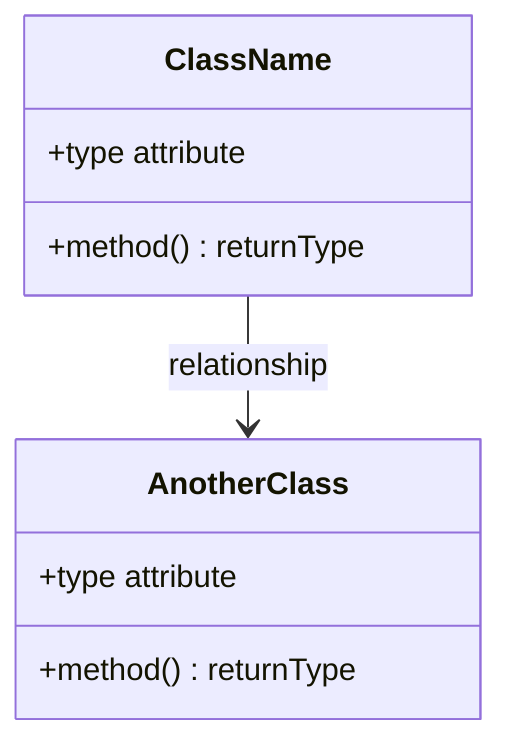
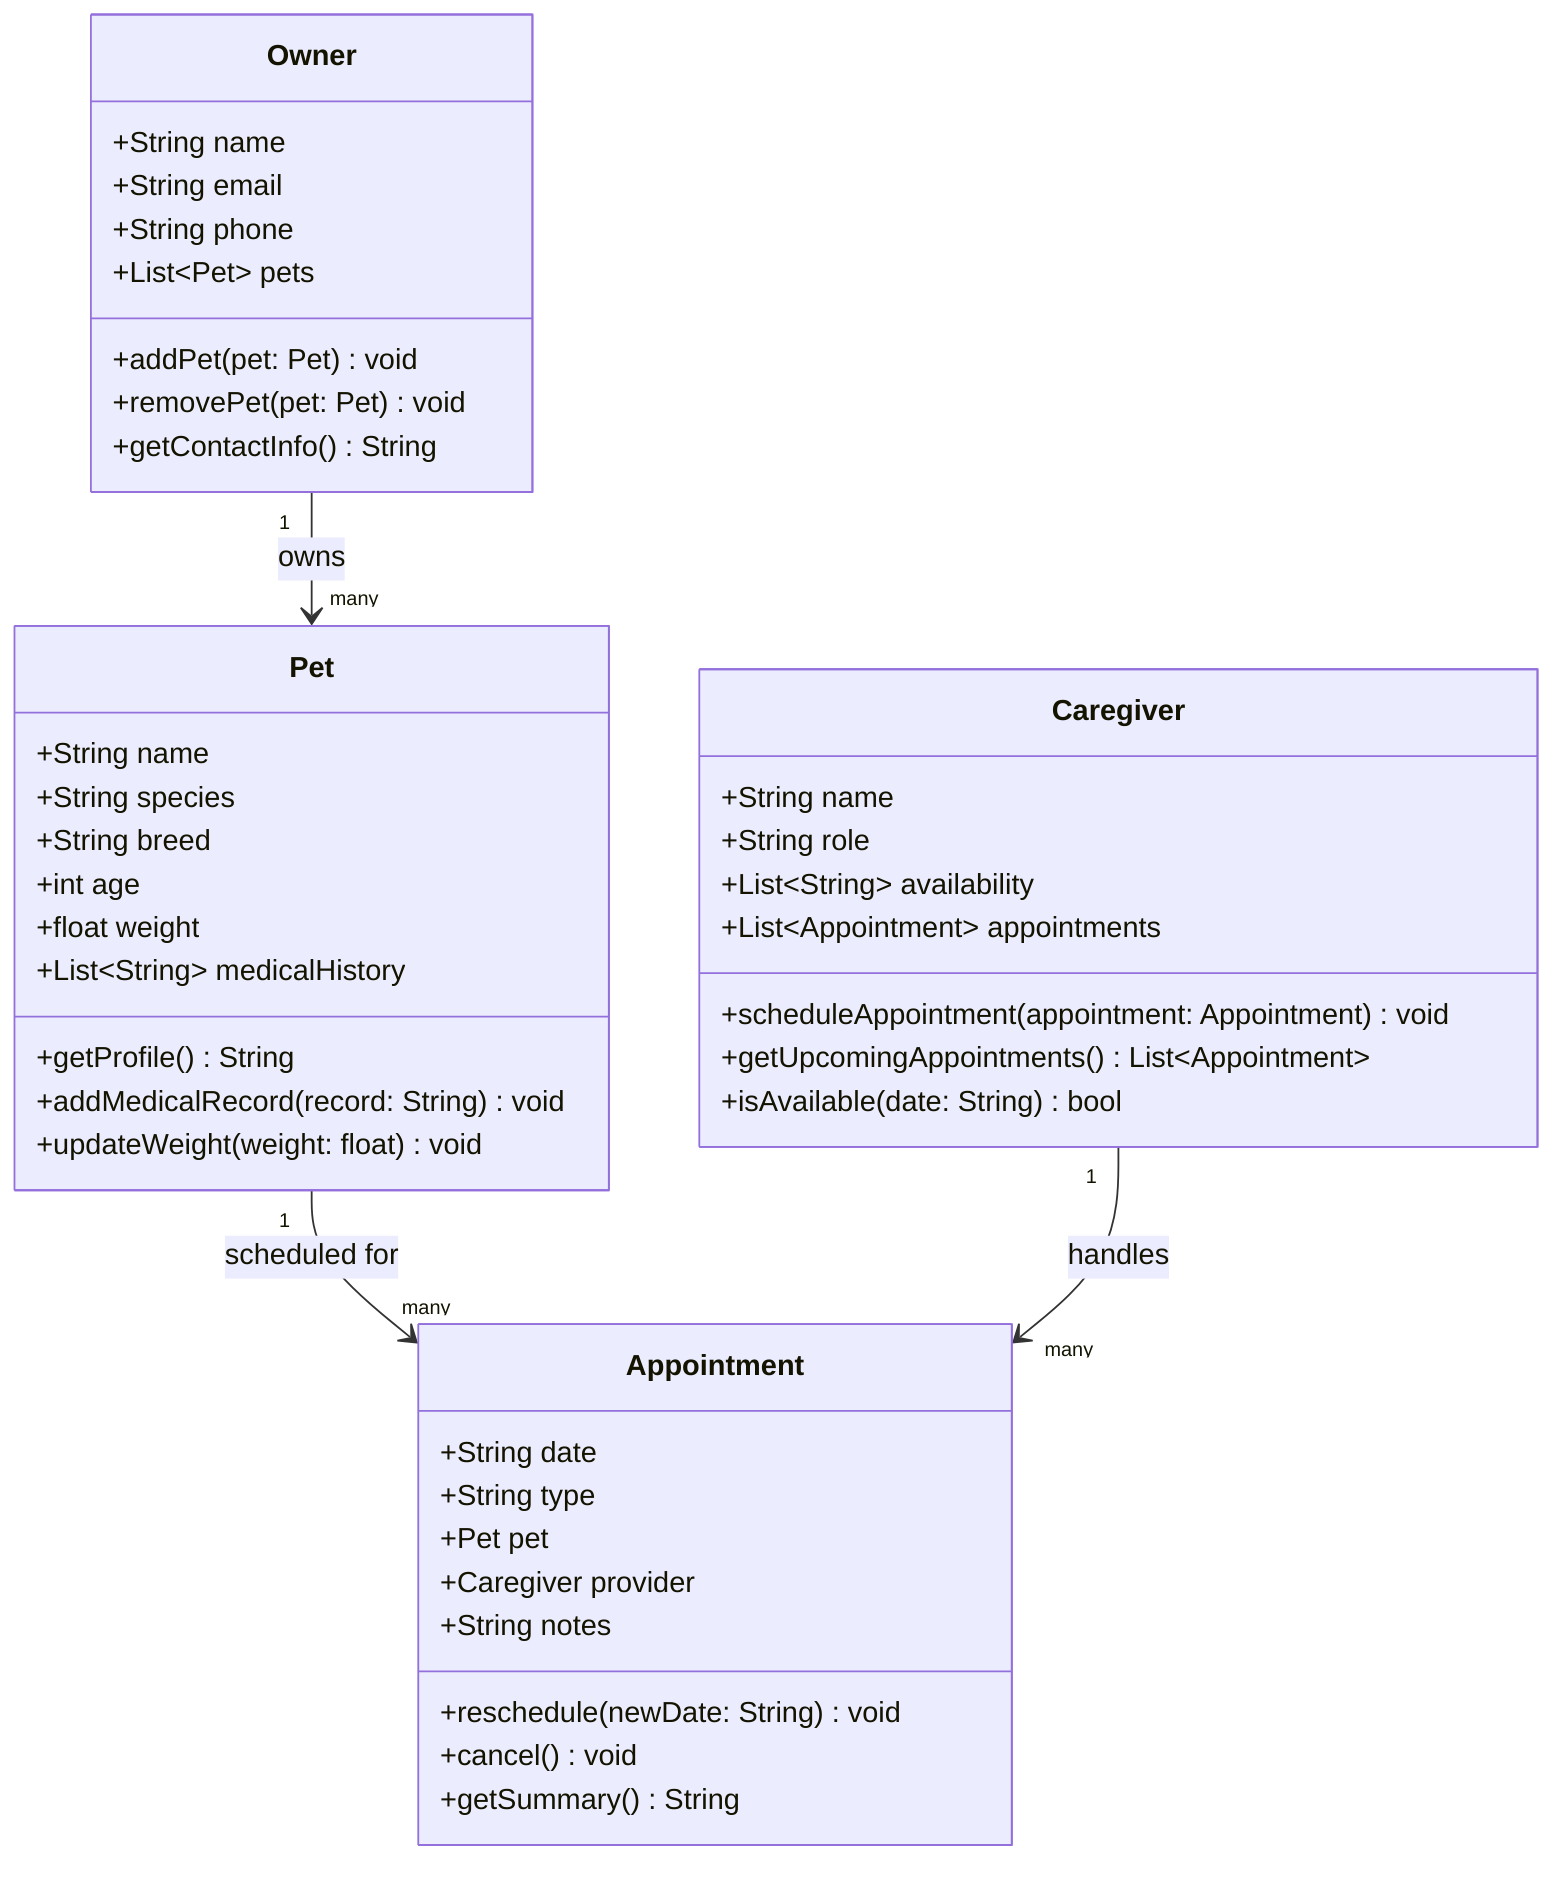
classDiagram
-     %% Replace the placeholders below with your actual classes, attributes, methods, and relationships.
-     %% Keep this file updated so it matches your final implementation.
+     %% PawPal Pet Care App — Class Diagram

-     class ClassName {
-         +type attribute
-         +method() returnType
+     class Owner {
+         +String name
+         +String email
+         +String phone
+         +List~Pet~ pets
+         +addPet(pet: Pet) void
+         +removePet(pet: Pet) void
+         +getContactInfo() String
    }

-     class AnotherClass {
-         +type attribute
-         +method() returnType
+     class Pet {
+         +String name
+         +String species
+         +String breed
+         +int age
+         +float weight
+         +List~String~ medicalHistory
+         +getProfile() String
+         +addMedicalRecord(record: String) void
+         +updateWeight(weight: float) void
    }

-     ClassName --> AnotherClass : relationship
+     class Appointment {
+         +String date
+         +String type
+         +Pet pet
+         +Caregiver provider
+         +String notes
+         +reschedule(newDate: String) void
+         +cancel() void
+         +getSummary() String
+     }
+ 
+     class Caregiver {
+         +String name
+         +String role
+         +List~String~ availability
+         +List~Appointment~ appointments
+         +scheduleAppointment(appointment: Appointment) void
+         +getUpcomingAppointments() List~Appointment~
+         +isAvailable(date: String) bool
+     }
+ 
+     Owner "1" --> "many" Pet : owns
+     Pet "1" --> "many" Appointment : scheduled for
+     Caregiver "1" --> "many" Appointment : handles
